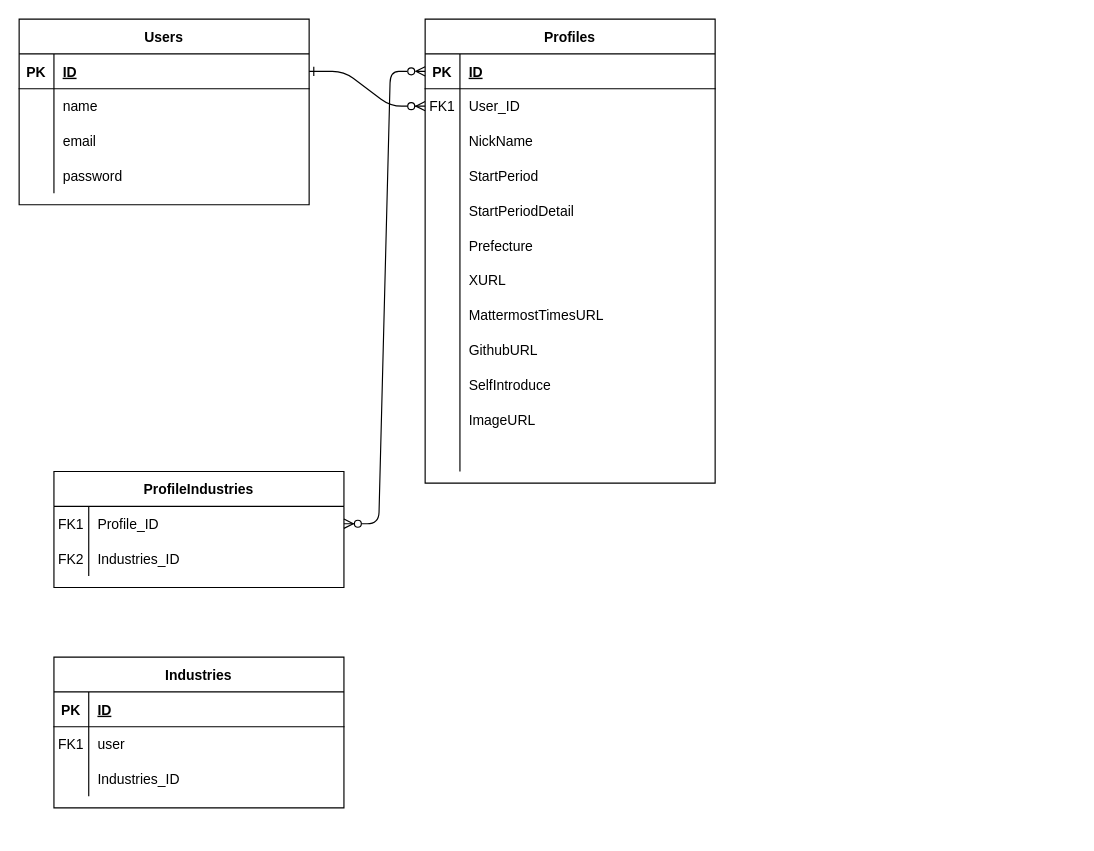
MaTTalv001/Student_Profile keeps this draw.io diagram as ER.drawio. Above is the earlier version. Source tidied: cells renumbered, new cells numbered last; positions are measured from the earlier drawing's top-left corner, leaving out a move shared by most shapes. Both pictures are drawn from the tidied source at 116%, with x=0, y=0 at pixel (19, 19).
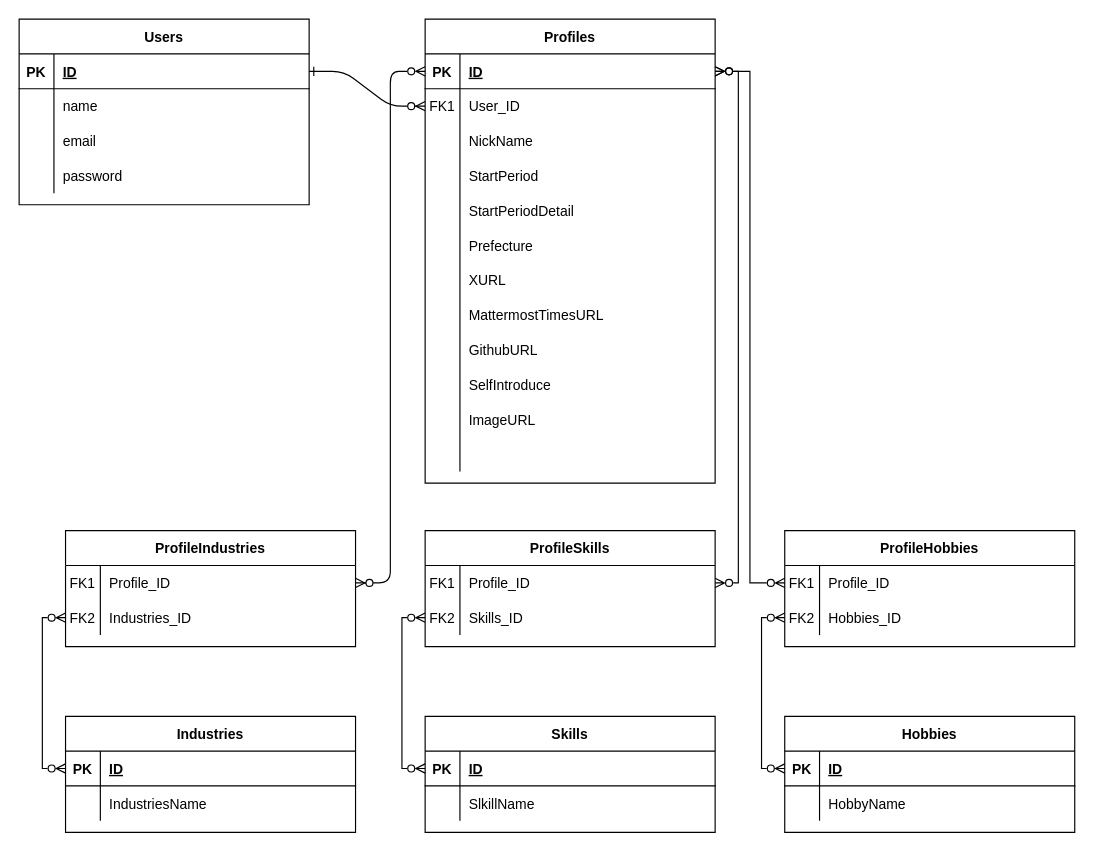
The same page after the edit.

Commit message:
ER.drawio を更新します

Unchanged cells that the change refers to:
```xml
<mxCell id="5" style="shape=partialRectangle;fillColor=none;points=[[0,0.5],[1,0.5]];portConstraint=eastwest;top=0;left=0;right=0;bottom=1;" parent="4" vertex="1">
  <mxGeometry y="30" width="250" height="30" as="geometry" />
</mxCell>
<mxCell id="45" style="shape=partialRectangle;fillColor=none;points=[[0,0.5],[1,0.5]];portConstraint=eastwest;top=0;left=0;right=0;bottom=0;" parent="41" vertex="1">
  <mxGeometry y="60" width="250" height="30" as="geometry" />
</mxCell>
<mxCell id="62" style="shape=partialRectangle;fillColor=none;points=[[0,0.5],[1,0.5]];portConstraint=eastwest;top=0;left=0;right=0;bottom=1;" parent="61" vertex="1">
  <mxGeometry y="30" width="250" height="30" as="geometry" />
</mxCell>
<mxCell id="65" style="shape=partialRectangle;fillColor=none;top=0;left=0;right=0;bottom=0;" parent="61" vertex="1">
  <mxGeometry y="60" width="250" height="30" as="geometry" />
</mxCell>
```

What changed in the source:
```diff
@@
     <mxCell id="41" value="ProfileIndustries" style="shape=table;startSize=30;childLayout=tableLayout;rowLines=0;fontStyle=1;align=center;" parent="1" vertex="1">
-      <mxGeometry x="30" y="390" width="250" height="100" as="geometry" />
+      <mxGeometry x="40" y="441" width="250" height="100" as="geometry" />
     </mxCell>
@@
     <mxCell id="61" value="Industries" style="shape=table;startSize=30;childLayout=tableLayout;rowLines=0;fontStyle=1;align=center;" parent="1" vertex="1">
-      <mxGeometry x="30" y="550" width="250" height="130" as="geometry" />
+      <mxGeometry x="40" y="601" width="250" height="100" as="geometry" />
     </mxCell>
@@
-    <mxCell id="66" value="FK1" style="shape=partialRectangle;overflow=hidden;fillColor=none;top=0;left=0;bottom=0;right=0;" parent="65" vertex="1">
+    <mxCell id="66" style="shape=partialRectangle;overflow=hidden;fillColor=none;top=0;left=0;bottom=0;right=0;" parent="65" vertex="1">
       <mxGeometry width="30" height="30" as="geometry" />
     </mxCell>
-    <mxCell id="67" value="user" style="shape=partialRectangle;overflow=hidden;fillColor=none;top=0;left=0;bottom=0;right=0;align=left;spacingLeft=6;" parent="65" vertex="1">
+    <mxCell id="67" value="IndustriesName" style="shape=partialRectangle;overflow=hidden;fillColor=none;top=0;left=0;bottom=0;right=0;align=left;spacingLeft=6;" parent="65" vertex="1">
       <mxGeometry x="30" width="220" height="30" as="geometry" />
     </mxCell>
-    <mxCell id="68" style="shape=partialRectangle;fillColor=none;top=0;left=0;right=0;bottom=0;" parent="61" vertex="1">
-      <mxGeometry y="90" width="250" height="30" as="geometry" />
-    </mxCell>
-    <mxCell id="69" style="shape=partialRectangle;overflow=hidden;fillColor=none;top=0;left=0;bottom=0;right=0;" parent="68" vertex="1">
-      <mxGeometry width="30" height="30" as="geometry" />
-    </mxCell>
-    <mxCell id="70" value="Industries_ID" style="shape=partialRectangle;overflow=hidden;fillColor=none;top=0;left=0;bottom=0;right=0;align=left;spacingLeft=6;" parent="68" vertex="1">
-      <mxGeometry x="30" width="220" height="30" as="geometry" />
-    </mxCell>
+    <mxCell id="71" style="edgeStyle=orthogonalEdgeStyle;rounded=0;jettySize=auto;html=1;exitX=0;exitY=0.5;exitDx=0;exitDy=0;entryX=0;entryY=0.5;entryDx=0;entryDy=0;startArrow=ERzeroToMany;startFill=0;endArrow=ERzeroToMany;endFill=0;" parent="1" edge="1" source="45" target="62">
+      <mxGeometry relative="1" as="geometry" />
+    </mxCell>
+    <mxCell id="72" value="ProfileSkills" style="shape=table;startSize=30;childLayout=tableLayout;rowLines=0;fontStyle=1;align=center;" parent="1" vertex="1">
+      <mxGeometry x="350" y="441" width="250" height="100" as="geometry" />
+    </mxCell>
+    <mxCell id="73" style="shape=partialRectangle;fillColor=none;points=[[0,0.5],[1,0.5]];portConstraint=eastwest;top=0;left=0;right=0;bottom=0;" parent="72" vertex="1">
+      <mxGeometry y="30" width="250" height="30" as="geometry" />
+    </mxCell>
+    <mxCell id="74" value="FK1" style="shape=partialRectangle;overflow=hidden;fillColor=none;top=0;left=0;bottom=0;right=0;" parent="73" vertex="1">
+      <mxGeometry width="30" height="30" as="geometry" />
+    </mxCell>
+    <mxCell id="75" value="Profile_ID" style="shape=partialRectangle;overflow=hidden;fillColor=none;top=0;left=0;bottom=0;right=0;align=left;spacingLeft=6;" parent="73" vertex="1">
+      <mxGeometry x="30" width="220" height="30" as="geometry" />
+    </mxCell>
+    <mxCell id="76" style="shape=partialRectangle;fillColor=none;points=[[0,0.5],[1,0.5]];portConstraint=eastwest;top=0;left=0;right=0;bottom=0;" parent="72" vertex="1">
+      <mxGeometry y="60" width="250" height="30" as="geometry" />
+    </mxCell>
+    <mxCell id="77" value="FK2" style="shape=partialRectangle;overflow=hidden;fillColor=none;top=0;left=0;bottom=0;right=0;" parent="76" vertex="1">
+      <mxGeometry width="30" height="30" as="geometry" />
+    </mxCell>
+    <mxCell id="78" value="Skills_ID" style="shape=partialRectangle;overflow=hidden;fillColor=none;top=0;left=0;bottom=0;right=0;align=left;spacingLeft=6;" parent="76" vertex="1">
+      <mxGeometry x="30" width="220" height="30" as="geometry" />
+    </mxCell>
+    <mxCell id="79" style="edgeStyle=orthogonalEdgeStyle;rounded=0;jettySize=auto;html=1;exitX=1;exitY=0.5;exitDx=0;exitDy=0;startArrow=ERzeroToMany;startFill=0;endArrow=ERzeroToMany;endFill=0;" parent="1" edge="1" source="5" target="73">
+      <mxGeometry relative="1" as="geometry" />
+    </mxCell>
+    <mxCell id="80" value="Skills" style="shape=table;startSize=30;childLayout=tableLayout;rowLines=0;fontStyle=1;align=center;" parent="1" vertex="1">
+      <mxGeometry x="350" y="601" width="250" height="100" as="geometry" />
+    </mxCell>
+    <mxCell id="81" style="shape=partialRectangle;fillColor=none;points=[[0,0.5],[1,0.5]];portConstraint=eastwest;top=0;left=0;right=0;bottom=1;" parent="80" vertex="1">
+      <mxGeometry y="30" width="250" height="30" as="geometry" />
+    </mxCell>
+    <mxCell id="82" value="PK" style="shape=partialRectangle;overflow=hidden;fillColor=none;top=0;left=0;bottom=0;right=0;fontStyle=1;" parent="81" vertex="1">
+      <mxGeometry width="30" height="30" as="geometry" />
+    </mxCell>
+    <mxCell id="83" value="ID" style="shape=partialRectangle;overflow=hidden;fillColor=none;top=0;left=0;bottom=0;right=0;align=left;spacingLeft=6;fontStyle=5;" parent="81" vertex="1">
+      <mxGeometry x="30" width="220" height="30" as="geometry" />
+    </mxCell>
+    <mxCell id="84" style="shape=partialRectangle;fillColor=none;top=0;left=0;right=0;bottom=0;" parent="80" vertex="1">
+      <mxGeometry y="60" width="250" height="30" as="geometry" />
+    </mxCell>
+    <mxCell id="85" style="shape=partialRectangle;overflow=hidden;fillColor=none;top=0;left=0;bottom=0;right=0;" parent="84" vertex="1">
+      <mxGeometry width="30" height="30" as="geometry" />
+    </mxCell>
+    <mxCell id="86" value="SlkillName" style="shape=partialRectangle;overflow=hidden;fillColor=none;top=0;left=0;bottom=0;right=0;align=left;spacingLeft=6;" parent="84" vertex="1">
+      <mxGeometry x="30" width="220" height="30" as="geometry" />
+    </mxCell>
+    <mxCell id="87" style="edgeStyle=orthogonalEdgeStyle;rounded=0;jettySize=auto;html=1;exitX=0;exitY=0.5;exitDx=0;exitDy=0;entryX=0;entryY=0.5;entryDx=0;entryDy=0;startArrow=ERzeroToMany;startFill=0;endArrow=ERzeroToMany;endFill=0;" parent="1" edge="1" source="76" target="81">
+      <mxGeometry relative="1" as="geometry" />
+    </mxCell>
+    <mxCell id="88" value="ProfileHobbies" style="shape=table;startSize=30;childLayout=tableLayout;rowLines=0;fontStyle=1;align=center;" parent="1" vertex="1">
+      <mxGeometry x="660" y="441" width="250" height="100" as="geometry" />
+    </mxCell>
+    <mxCell id="89" style="shape=partialRectangle;fillColor=none;points=[[0,0.5],[1,0.5]];portConstraint=eastwest;top=0;left=0;right=0;bottom=0;" parent="88" vertex="1">
+      <mxGeometry y="30" width="250" height="30" as="geometry" />
+    </mxCell>
+    <mxCell id="90" value="FK1" style="shape=partialRectangle;overflow=hidden;fillColor=none;top=0;left=0;bottom=0;right=0;" parent="89" vertex="1">
+      <mxGeometry width="30" height="30" as="geometry" />
+    </mxCell>
+    <mxCell id="91" value="Profile_ID" style="shape=partialRectangle;overflow=hidden;fillColor=none;top=0;left=0;bottom=0;right=0;align=left;spacingLeft=6;" parent="89" vertex="1">
+      <mxGeometry x="30" width="220" height="30" as="geometry" />
+    </mxCell>
+    <mxCell id="92" style="shape=partialRectangle;fillColor=none;points=[[0,0.5],[1,0.5]];portConstraint=eastwest;top=0;left=0;right=0;bottom=0;" parent="88" vertex="1">
+      <mxGeometry y="60" width="250" height="30" as="geometry" />
+    </mxCell>
+    <mxCell id="93" value="FK2" style="shape=partialRectangle;overflow=hidden;fillColor=none;top=0;left=0;bottom=0;right=0;" parent="92" vertex="1">
+      <mxGeometry width="30" height="30" as="geometry" />
+    </mxCell>
+    <mxCell id="94" value="Hobbies_ID" style="shape=partialRectangle;overflow=hidden;fillColor=none;top=0;left=0;bottom=0;right=0;align=left;spacingLeft=6;" parent="92" vertex="1">
+      <mxGeometry x="30" width="220" height="30" as="geometry" />
+    </mxCell>
+    <mxCell id="95" value="Hobbies" style="shape=table;startSize=30;childLayout=tableLayout;rowLines=0;fontStyle=1;align=center;" parent="1" vertex="1">
+      <mxGeometry x="660" y="601" width="250" height="100" as="geometry" />
+    </mxCell>
+    <mxCell id="96" style="shape=partialRectangle;fillColor=none;points=[[0,0.5],[1,0.5]];portConstraint=eastwest;top=0;left=0;right=0;bottom=1;" parent="95" vertex="1">
+      <mxGeometry y="30" width="250" height="30" as="geometry" />
+    </mxCell>
+    <mxCell id="97" value="PK" style="shape=partialRectangle;overflow=hidden;fillColor=none;top=0;left=0;bottom=0;right=0;fontStyle=1;" parent="96" vertex="1">
+      <mxGeometry width="30" height="30" as="geometry" />
+    </mxCell>
+    <mxCell id="98" value="ID" style="shape=partialRectangle;overflow=hidden;fillColor=none;top=0;left=0;bottom=0;right=0;align=left;spacingLeft=6;fontStyle=5;" parent="96" vertex="1">
+      <mxGeometry x="30" width="220" height="30" as="geometry" />
+    </mxCell>
+    <mxCell id="99" style="shape=partialRectangle;fillColor=none;top=0;left=0;right=0;bottom=0;" parent="95" vertex="1">
+      <mxGeometry y="60" width="250" height="30" as="geometry" />
+    </mxCell>
+    <mxCell id="100" style="shape=partialRectangle;overflow=hidden;fillColor=none;top=0;left=0;bottom=0;right=0;" parent="99" vertex="1">
+      <mxGeometry width="30" height="30" as="geometry" />
+    </mxCell>
+    <mxCell id="101" value="HobbyName" style="shape=partialRectangle;overflow=hidden;fillColor=none;top=0;left=0;bottom=0;right=0;align=left;spacingLeft=6;" parent="99" vertex="1">
+      <mxGeometry x="30" width="220" height="30" as="geometry" />
+    </mxCell>
+    <mxCell id="102" style="edgeStyle=orthogonalEdgeStyle;rounded=0;jettySize=auto;html=1;exitX=0;exitY=0.5;exitDx=0;exitDy=0;startArrow=ERzeroToMany;startFill=0;endArrow=ERzeroToMany;endFill=0;" parent="1" edge="1" source="89" target="5">
+      <mxGeometry relative="1" as="geometry" />
+    </mxCell>
+    <mxCell id="103" style="edgeStyle=orthogonalEdgeStyle;rounded=0;jettySize=auto;html=1;exitX=0;exitY=0.5;exitDx=0;exitDy=0;entryX=0;entryY=0.5;entryDx=0;entryDy=0;startArrow=ERzeroToMany;startFill=0;endArrow=ERzeroToMany;endFill=0;" parent="1" edge="1" source="92" target="96">
+      <mxGeometry relative="1" as="geometry" />
+    </mxCell>
```
